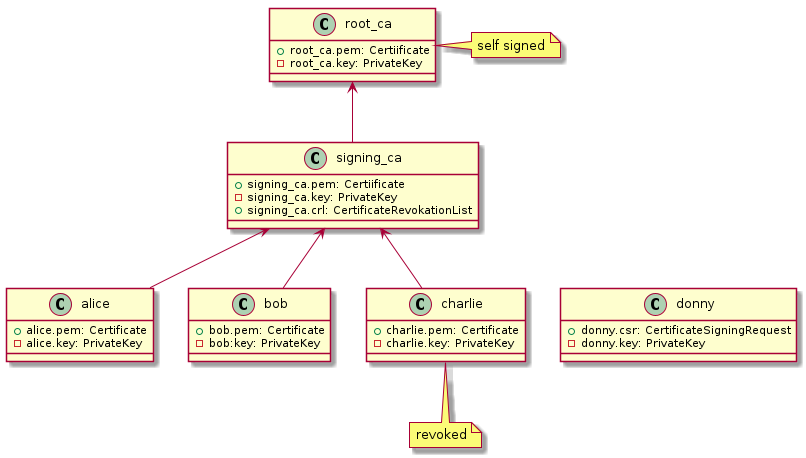
The PlantUML diagram doc/pki.png in falk-werner/openssl-example, before a commit.
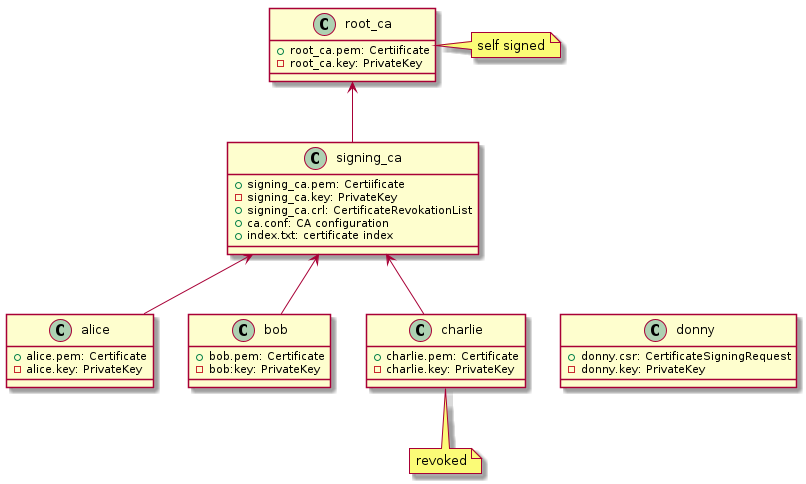
The same file after the commit.

The edit, as a diff of the source:
```diff
@@ -9,6 +9,8 @@
     +signing_ca.pem: Certiificate
     -signing_ca.key: PrivateKey
     +signing_ca.crl: CertificateRevokationList
+    +ca.conf: CA configuration
+    +index.txt: certificate index
 }
 
 class alice {
```
